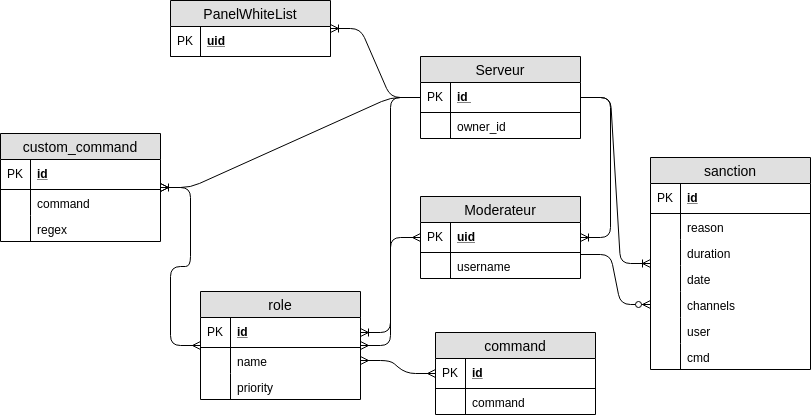
This is doc/schema_associatif.png from RomainCtl/discord_project, a draw.io export, as it was before one commit. Source tidied: cells renumbered, new cells last; positions are measured from the earlier drawing's top-left corner, leaving out a move shared by most shapes.
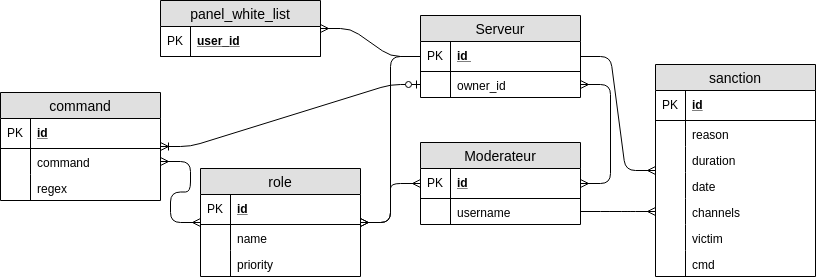
Later version of the same file.

Commit message:
switch to POSTGRESQL SGBD, add triggers and functions, group custom command and command in one table

The edit, as a diff of the source:
```diff
@@ -18,9 +18,9 @@
       <mxGeometry width="30" height="26" as="geometry" />
     </mxCell>
     <mxCell id="7" value="Moderateur" style="swimlane;fontStyle=0;horizontal=1;startSize=26;fillColor=#e0e0e0;swimlaneFillColor=#ffffff;align=center;fontSize=14;strokeColor=#000000;fontColor=#000000;" parent="1" vertex="1">
-      <mxGeometry x="420" y="196" width="160" height="82" as="geometry" />
+      <mxGeometry x="420" y="183" width="160" height="82" as="geometry" />
     </mxCell>
-    <mxCell id="8" value="uid" style="shape=partialRectangle;top=0;left=0;right=0;bottom=1;align=left;verticalAlign=middle;fillColor=none;spacingLeft=34;spacingRight=4;overflow=hidden;fontStyle=5;fontSize=12;strokeColor=#000000;fontColor=#000000;" parent="7" vertex="1">
+    <mxCell id="8" value="id" style="shape=partialRectangle;top=0;left=0;right=0;bottom=1;align=left;verticalAlign=middle;fillColor=none;spacingLeft=34;spacingRight=4;overflow=hidden;fontStyle=5;fontSize=12;strokeColor=#000000;fontColor=#000000;" parent="7" vertex="1">
       <mxGeometry y="26" width="160" height="30" as="geometry" />
     </mxCell>
     <mxCell id="9" value="PK" style="shape=partialRectangle;top=0;left=0;bottom=0;fillColor=none;align=left;verticalAlign=middle;spacingLeft=4;spacingRight=4;overflow=hidden;fontSize=12;strokeColor=#000000;fontColor=#000000;" parent="8" vertex="1">
@@ -32,11 +32,8 @@
     <mxCell id="11" style="shape=partialRectangle;top=0;left=0;bottom=0;fillColor=none;align=left;verticalAlign=top;spacingLeft=4;spacingRight=4;overflow=hidden;fontSize=12;strokeColor=#000000;fontColor=#000000;" parent="10" vertex="1">
       <mxGeometry width="30" height="26" as="geometry" />
     </mxCell>
-    <mxCell id="12" style="edgeStyle=entityRelationEdgeStyle;fontSize=12;html=1;endArrow=ERoneToMany;strokeColor=#000000;fontColor=#000000;" parent="1" edge="1" source="2" target="7">
-      <mxGeometry relative="1" as="geometry" />
-    </mxCell>
     <mxCell id="13" value="role" style="swimlane;fontStyle=0;horizontal=1;startSize=26;fillColor=#e0e0e0;swimlaneFillColor=#ffffff;align=center;fontSize=14;strokeColor=#000000;fontColor=#000000;" parent="1" vertex="1">
-      <mxGeometry x="200" y="291" width="160" height="108" as="geometry" />
+      <mxGeometry x="200" y="209" width="160" height="108" as="geometry" />
     </mxCell>
     <mxCell id="14" value="id" style="shape=partialRectangle;top=0;left=0;right=0;bottom=1;align=left;verticalAlign=middle;fillColor=none;spacingLeft=34;spacingRight=4;overflow=hidden;points=[[0,0.5],[1,0.5]];portConstraint=eastwest;fontStyle=5;fontSize=12;strokeColor=#000000;fontColor=#000000;" parent="13" vertex="1">
       <mxGeometry y="26" width="160" height="30" as="geometry" />
@@ -56,23 +53,8 @@
     <mxCell id="19" style="shape=partialRectangle;top=0;left=0;bottom=0;fillColor=none;align=left;verticalAlign=top;spacingLeft=4;spacingRight=4;overflow=hidden;fontSize=12;strokeColor=#000000;fontColor=#000000;" parent="18" vertex="1">
       <mxGeometry width="30" height="26" as="geometry" />
     </mxCell>
-    <mxCell id="20" value="command" style="swimlane;fontStyle=0;horizontal=1;startSize=26;fillColor=#e0e0e0;swimlaneFillColor=#ffffff;align=center;fontSize=14;strokeColor=#000000;fontColor=#000000;" parent="1" vertex="1">
-      <mxGeometry x="435" y="332" width="160" height="82" as="geometry" />
-    </mxCell>
-    <mxCell id="21" value="id" style="shape=partialRectangle;top=0;left=0;right=0;bottom=1;align=left;verticalAlign=middle;fillColor=none;spacingLeft=34;spacingRight=4;overflow=hidden;fontStyle=5;fontSize=12;fontColor=#000000;strokeColor=#000000;" parent="20" vertex="1">
-      <mxGeometry y="26" width="160" height="30" as="geometry" />
-    </mxCell>
-    <mxCell id="22" value="PK" style="shape=partialRectangle;top=0;left=0;bottom=0;fillColor=none;align=left;verticalAlign=middle;spacingLeft=4;spacingRight=4;overflow=hidden;fontSize=12;fontColor=#000000;strokeColor=#000000;" parent="21" vertex="1">
-      <mxGeometry width="30" height="30" as="geometry" />
-    </mxCell>
-    <mxCell id="23" value="command" style="shape=partialRectangle;top=0;left=0;right=0;bottom=0;align=left;verticalAlign=top;fillColor=none;spacingLeft=34;spacingRight=4;overflow=hidden;fontSize=12;fontColor=#000000;strokeColor=#000000;" parent="20" vertex="1">
-      <mxGeometry y="56" width="160" height="26" as="geometry" />
-    </mxCell>
-    <mxCell id="24" style="shape=partialRectangle;top=0;left=0;bottom=0;fillColor=none;align=left;verticalAlign=top;spacingLeft=4;spacingRight=4;overflow=hidden;fontSize=12;fontColor=#000000;strokeColor=#000000;" parent="23" vertex="1">
-      <mxGeometry width="30" height="26" as="geometry" />
-    </mxCell>
     <mxCell id="25" value="sanction" style="swimlane;fontStyle=0;horizontal=1;startSize=26;fillColor=#e0e0e0;swimlaneFillColor=#ffffff;align=center;fontSize=14;strokeColor=#000000;fontColor=#000000;" parent="1" vertex="1">
-      <mxGeometry x="650" y="157" width="160" height="212" as="geometry" />
+      <mxGeometry x="655" y="105" width="160" height="212" as="geometry" />
     </mxCell>
     <mxCell id="26" value="id" style="shape=partialRectangle;top=0;left=0;right=0;bottom=1;align=left;verticalAlign=middle;fillColor=none;spacingLeft=34;spacingRight=4;overflow=hidden;fontStyle=5;fontSize=12;fontColor=#000000;strokeColor=#000000;" parent="25" vertex="1">
       <mxGeometry y="26" width="160" height="30" as="geometry" />
@@ -104,7 +86,7 @@
     <mxCell id="35" style="shape=partialRectangle;top=0;left=0;bottom=0;fillColor=none;align=left;verticalAlign=top;spacingLeft=4;spacingRight=4;overflow=hidden;fontSize=12;fontColor=#000000;strokeColor=#000000;" parent="34" vertex="1">
       <mxGeometry width="30" height="26" as="geometry" />
     </mxCell>
-    <mxCell id="36" value="user" style="shape=partialRectangle;top=0;left=0;right=0;bottom=0;align=left;verticalAlign=top;fillColor=none;spacingLeft=34;spacingRight=4;overflow=hidden;fontSize=12;fontColor=#000000;strokeColor=#000000;" parent="25" vertex="1">
+    <mxCell id="36" value="victim" style="shape=partialRectangle;top=0;left=0;right=0;bottom=0;align=left;verticalAlign=top;fillColor=none;spacingLeft=34;spacingRight=4;overflow=hidden;fontSize=12;fontColor=#000000;strokeColor=#000000;" parent="25" vertex="1">
       <mxGeometry y="160" width="160" height="26" as="geometry" />
     </mxCell>
     <mxCell id="37" style="shape=partialRectangle;top=0;left=0;bottom=0;fillColor=none;align=left;verticalAlign=top;spacingLeft=4;spacingRight=4;overflow=hidden;fontSize=12;fontColor=#000000;strokeColor=#000000;" parent="36" vertex="1">
@@ -116,16 +98,7 @@
     <mxCell id="39" style="shape=partialRectangle;top=0;left=0;bottom=0;fillColor=none;align=left;verticalAlign=top;spacingLeft=4;spacingRight=4;overflow=hidden;fontSize=12;fontColor=#000000;strokeColor=#000000;" parent="38" vertex="1">
       <mxGeometry width="30" height="26" as="geometry" />
     </mxCell>
-    <mxCell id="40" style="edgeStyle=entityRelationEdgeStyle;fontSize=12;html=1;endArrow=ERzeroToMany;endFill=1;strokeColor=#000000;exitX=1;exitY=0.077;exitDx=0;exitDy=0;exitPerimeter=0;" parent="1" edge="1" source="10" target="34">
-      <mxGeometry relative="1" as="geometry" />
-    </mxCell>
-    <mxCell id="41" style="edgeStyle=entityRelationEdgeStyle;fontSize=12;html=1;endArrow=ERmany;startArrow=ERmany;strokeColor=#000000;" parent="1" edge="1" source="20" target="16">
-      <mxGeometry relative="1" as="geometry" />
-    </mxCell>
-    <mxCell id="42" style="edgeStyle=entityRelationEdgeStyle;fontSize=12;html=1;endArrow=ERoneToMany;strokeColor=#000000;" parent="1" edge="1" source="2" target="25">
-      <mxGeometry relative="1" as="geometry" />
-    </mxCell>
-    <mxCell id="43" value="custom_command" style="swimlane;fontStyle=0;horizontal=1;startSize=26;fillColor=#e0e0e0;swimlaneFillColor=#ffffff;align=center;fontSize=14;strokeColor=#000000;fontColor=#000000;" parent="1" vertex="1">
+    <mxCell id="43" value="command" style="swimlane;fontStyle=0;horizontal=1;startSize=26;fillColor=#e0e0e0;swimlaneFillColor=#ffffff;align=center;fontSize=14;strokeColor=#000000;fontColor=#000000;" parent="1" vertex="1">
       <mxGeometry y="133" width="160" height="108" as="geometry" />
     </mxCell>
     <mxCell id="44" value="id" style="shape=partialRectangle;top=0;left=0;right=0;bottom=1;align=left;verticalAlign=middle;fillColor=none;spacingLeft=34;spacingRight=4;overflow=hidden;fontStyle=5;fontSize=12;fontColor=#000000;strokeColor=#000000;" parent="43" vertex="1">
@@ -146,29 +119,38 @@
     <mxCell id="49" style="shape=partialRectangle;top=0;left=0;bottom=0;fillColor=none;align=left;verticalAlign=top;spacingLeft=4;spacingRight=4;overflow=hidden;fontSize=12;fontColor=#000000;strokeColor=#000000;" parent="48" vertex="1">
       <mxGeometry width="30" height="26" as="geometry" />
     </mxCell>
-    <mxCell id="50" style="edgeStyle=entityRelationEdgeStyle;fontSize=12;html=1;endArrow=ERoneToMany;strokeColor=#000000;" parent="1" edge="1" source="2" target="43">
-      <mxGeometry relative="1" as="geometry" />
-    </mxCell>
-    <mxCell id="51" style="edgeStyle=entityRelationEdgeStyle;fontSize=12;html=1;endArrow=ERmany;startArrow=ERmany;strokeColor=#000000;" parent="1" edge="1" source="13" target="43">
+    <mxCell id="51" style="edgeStyle=entityRelationEdgeStyle;fontSize=12;html=1;endArrow=ERmany;startArrow=ERmany;strokeColor=#000000;" parent="1" edge="1" source="13" target="46">
       <mxGeometry relative="1" as="geometry" />
     </mxCell>
-    <mxCell id="52" value="PanelWhiteList" style="swimlane;fontStyle=0;horizontal=1;startSize=26;fillColor=#e0e0e0;swimlaneFillColor=#ffffff;align=center;fontSize=14;fontColor=#000000;strokeColor=#000000;" parent="1" vertex="1">
-      <mxGeometry x="170" width="160" height="56" as="geometry" />
+    <mxCell id="52" value="panel_white_list" style="swimlane;fontStyle=0;horizontal=1;startSize=26;fillColor=#e0e0e0;swimlaneFillColor=#ffffff;align=center;fontSize=14;fontColor=#000000;strokeColor=#000000;" parent="1" vertex="1">
+      <mxGeometry x="160" y="41" width="160" height="56" as="geometry" />
     </mxCell>
-    <mxCell id="53" value="uid" style="shape=partialRectangle;top=0;left=0;right=0;bottom=1;align=left;verticalAlign=middle;fillColor=none;spacingLeft=34;spacingRight=4;overflow=hidden;fontStyle=5;fontSize=12;fontColor=#000000;strokeColor=#000000;" parent="52" vertex="1">
+    <mxCell id="53" value="user_id" style="shape=partialRectangle;top=0;left=0;right=0;bottom=1;align=left;verticalAlign=middle;fillColor=none;spacingLeft=34;spacingRight=4;overflow=hidden;fontStyle=5;fontSize=12;fontColor=#000000;strokeColor=#000000;" parent="52" vertex="1">
       <mxGeometry y="26" width="160" height="30" as="geometry" />
     </mxCell>
     <mxCell id="54" value="PK" style="shape=partialRectangle;top=0;left=0;bottom=0;fillColor=none;align=left;verticalAlign=middle;spacingLeft=4;spacingRight=4;overflow=hidden;fontSize=12;fontColor=#000000;strokeColor=#000000;" parent="53" vertex="1">
       <mxGeometry width="30" height="30" as="geometry" />
     </mxCell>
+    <mxCell id="56" style="edgeStyle=entityRelationEdgeStyle;fontSize=12;html=1;endArrow=ERmany;startArrow=ERmany;strokeColor=#000000;" parent="1" edge="1" source="13" target="7">
+      <mxGeometry relative="1" as="geometry" />
+    </mxCell>
-    <mxCell id="55" style="edgeStyle=entityRelationEdgeStyle;fontSize=12;html=1;endArrow=ERoneToMany;strokeColor=#000000;" parent="1" edge="1" source="2" target="52">
+    <mxCell id="55" style="edgeStyle=entityRelationEdgeStyle;fontSize=12;html=1;endArrow=ERmany;strokeColor=#000000;" parent="1" edge="1" source="2" target="52">
       <mxGeometry relative="1" as="geometry" />
     </mxCell>
-    <mxCell id="56" style="edgeStyle=entityRelationEdgeStyle;fontSize=12;html=1;endArrow=ERmany;startArrow=ERmany;strokeColor=#000000;" parent="1" edge="1" source="13" target="7">
-      <mxGeometry relative="1" as="geometry" />
-    </mxCell>
-    <mxCell id="57" style="edgeStyle=entityRelationEdgeStyle;fontSize=12;html=1;endArrow=ERoneToMany;strokeColor=#000000;" parent="1" edge="1" source="2" target="14">
-      <mxGeometry relative="1" as="geometry" />
-    </mxCell>
+    <mxCell id="58" style="edgeStyle=entityRelationEdgeStyle;fontSize=12;html=1;endArrow=ERmany;strokeColor=#000000;" parent="1" edge="1" source="2" target="13">
+      <mxGeometry relative="1" as="geometry" />
+    </mxCell>
+    <mxCell id="42" style="edgeStyle=entityRelationEdgeStyle;fontSize=12;html=1;endArrow=ERmany;strokeColor=#000000;" parent="1" edge="1" source="2" target="25">
+      <mxGeometry relative="1" as="geometry" />
+    </mxCell>
+    <mxCell id="40" style="edgeStyle=entityRelationEdgeStyle;fontSize=12;html=1;endArrow=ERmany;strokeColor=#000000;" parent="1" edge="1" source="10" target="34">
+      <mxGeometry relative="1" as="geometry" />
+    </mxCell>
+    <mxCell id="59" style="edgeStyle=entityRelationEdgeStyle;fontSize=12;html=1;endArrow=ERmany;startArrow=ERmany;strokeColor=#000000;" parent="1" edge="1" source="7" target="5">
+      <mxGeometry relative="1" as="geometry" />
+    </mxCell>
+    <mxCell id="60" style="edgeStyle=entityRelationEdgeStyle;fontSize=12;html=1;endArrow=ERoneToMany;startArrow=ERzeroToOne;strokeColor=#000000;" parent="1" edge="1" source="5" target="43">
+      <mxGeometry relative="1" as="geometry" />
+    </mxCell>
   </root>
 </mxGraphModel>
```
